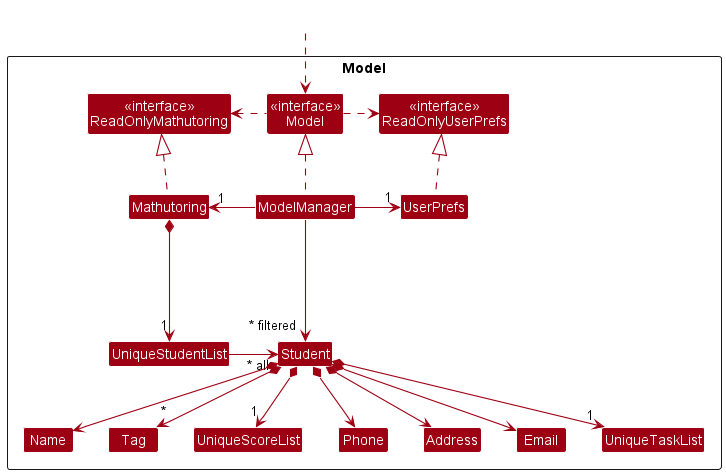
Above: docs/images/DG-images/ModelClassDiagram.png in nus-cs2103-AY2223S2/tp (PlantUML), before the change.
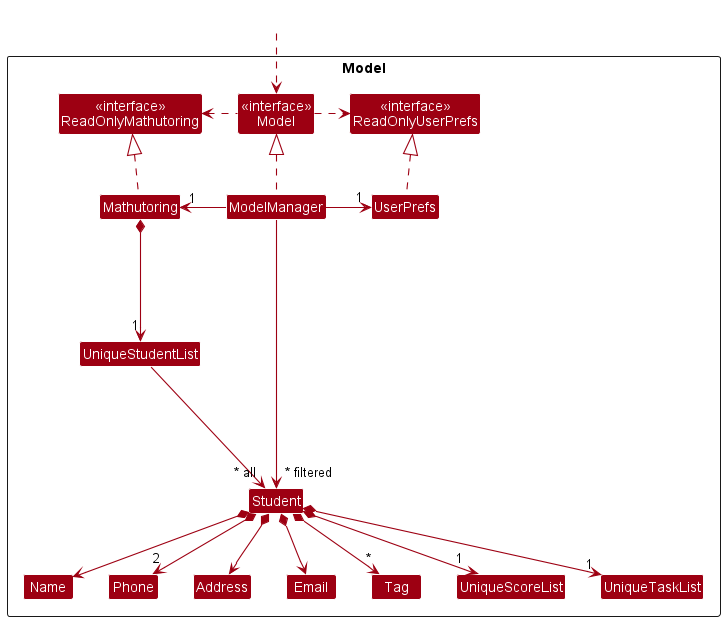
The same diagram one commit later.

What changed in the source:
```diff
@@ -36,11 +36,13 @@
 ModelManager -right-> "1" UserPrefs
 UserPrefs .up.|> ReadOnlyUserPrefs
 
+
+ModelManager --> "~* filtered" Student
 Mathutoring *---> "1" UniqueStudentList
-UniqueStudentList --left-> "~* all" Student
+UniqueStudentList ---> "~* all" Student
 
 Student *--> Name
-Student *--> Phone
+Student *--> "2" Phone
 Student *--> Email
 Student *--> Address
 Student *--> "*" Tag
@@ -52,5 +54,4 @@
 Address -[hidden]right-> Email
 Name -[hidden]up-> UniqueStudentList
 
-ModelManager --> "~* filtered" Student
 @enduml
```
